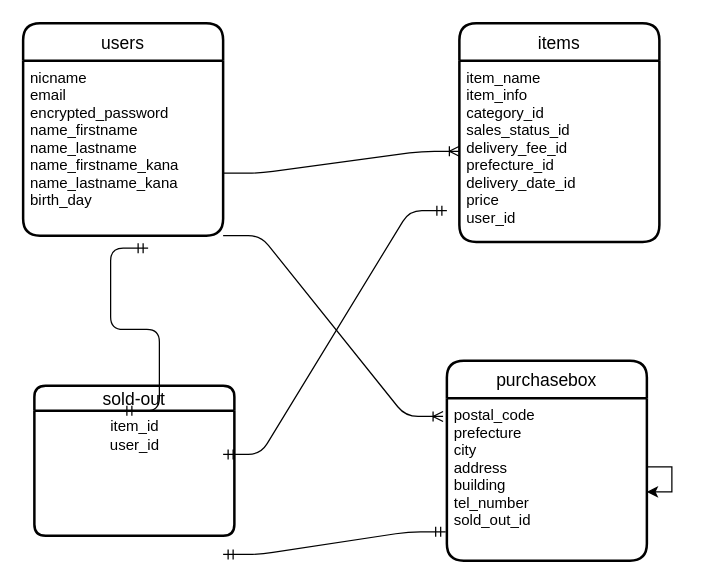
The draw.io diagram test.dio in keita-nakamura30/furima-32907, before the edit. Source tidied: cells renumbered, new cells numbered last; positions are measured from the earlier drawing's top-left corner, leaving out a move shared by most shapes. Both pictures are drawn from the tidied source at 125%, with x=0, y=0 at pixel (22, 22).
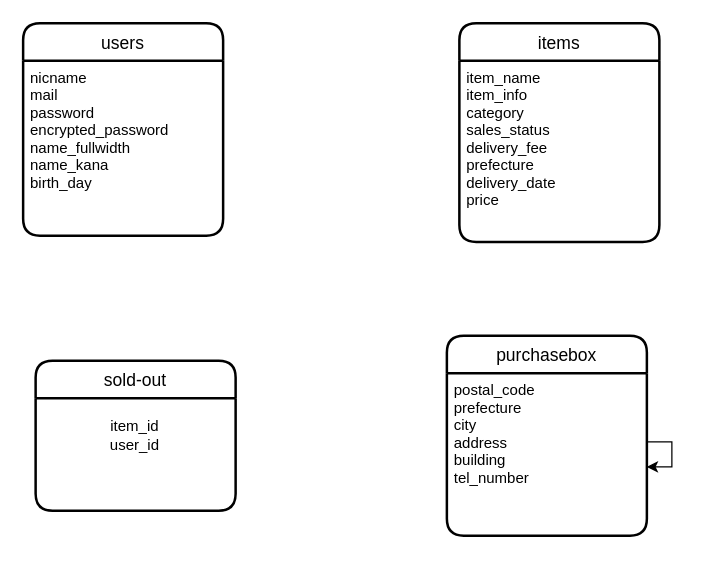
The same diagram, later.

The edit, as a diff of the source:
```diff
@@
 <mxGraphModel>
   <root>
     <mxCell id="0" />
     <mxCell id="1" parent="0" />
     <mxCell id="2" value="users" style="swimlane;horizontal=1;startSize=30;rounded=1;fontSize=14;fontStyle=0;strokeWidth=2;shadow=0;dashed=0;align=center;" parent="1" vertex="1">
       <mxGeometry width="160" height="170" as="geometry" />
     </mxCell>
-    <mxCell id="3" value="nicname &#10;email&#10;encrypted_password&#10;name_firstname&#10;name_lastname&#10;name_firstname_kana&#10;name_lastname_kana&#10;birth_day&#10;" style="align=left;strokeColor=none;fillColor=none;spacingLeft=4;fontSize=12;verticalAlign=top;" parent="2" vertex="1">
+    <mxCell id="3" value="nicname &#10;mail&#10;password&#10;encrypted_password&#10;name_fullwidth&#10;name_kana&#10;birth_day&#10;" style="align=left;strokeColor=none;fillColor=none;spacingLeft=4;fontSize=12;verticalAlign=top;" parent="2" vertex="1">
       <mxGeometry y="30" width="160" height="140" as="geometry" />
     </mxCell>
     <mxCell id="4" value="items" style="swimlane;horizontal=1;startSize=30;rounded=1;fontSize=14;fontStyle=0;strokeWidth=2;shadow=0;dashed=0;align=center;" parent="1" vertex="1">
       <mxGeometry x="349" width="160" height="175" as="geometry" />
     </mxCell>
-    <mxCell id="5" value="item_name&#10;item_info&#10;category_id&#10;sales_status_id&#10;delivery_fee_id&#10;prefecture_id&#10;delivery_date_id&#10;price&#10;user_id" style="align=left;strokeColor=none;fillColor=none;spacingLeft=4;fontSize=12;verticalAlign=top;" parent="4" vertex="1">
+    <mxCell id="5" value="item_name&#10;item_info&#10;category&#10;sales_status&#10;delivery_fee&#10;prefecture&#10;delivery_date&#10;price" style="align=left;strokeColor=none;fillColor=none;spacingLeft=4;fontSize=12;verticalAlign=top;" parent="4" vertex="1">
       <mxGeometry y="30" width="160" height="145" as="geometry" />
     </mxCell>
     <mxCell id="6" value="purchasebox" style="swimlane;horizontal=1;startSize=30;rounded=1;fontSize=14;fontStyle=0;strokeWidth=2;shadow=0;dashed=0;align=center;" parent="1" vertex="1">
-      <mxGeometry x="339" y="270" width="160" height="160" as="geometry" />
+      <mxGeometry x="339" y="250" width="160" height="160" as="geometry" />
     </mxCell>
-    <mxCell id="7" value="postal_code&#10;prefecture&#10;city&#10;address&#10;building&#10;tel_number&#10;sold_out_id&#10;" style="align=left;strokeColor=none;fillColor=none;spacingLeft=4;fontSize=12;verticalAlign=top;" parent="6" vertex="1">
+    <mxCell id="7" value="postal_code&#10;prefecture&#10;city&#10;address&#10;building&#10;tel_number" style="align=left;strokeColor=none;fillColor=none;spacingLeft=4;fontSize=12;verticalAlign=top;" parent="6" vertex="1">
       <mxGeometry y="30" width="160" height="130" as="geometry" />
     </mxCell>
     <mxCell id="8" style="edgeStyle=orthogonalEdgeStyle;rounded=0;orthogonalLoop=1;jettySize=auto;html=1;" parent="6" edge="1" source="7" target="7">
       <mxGeometry relative="1" as="geometry" />
     </mxCell>
-    <mxCell id="9" value="sold-out" style="swimlane;horizontal=1;startSize=20;rounded=1;fontSize=14;fontStyle=0;strokeWidth=2;shadow=0;dashed=0;align=center;" parent="1" vertex="1">
-      <mxGeometry x="9" y="290" width="160" height="120" as="geometry" />
+    <mxCell id="9" value="sold-out" style="swimlane;horizontal=1;startSize=30;rounded=1;fontSize=14;fontStyle=0;strokeWidth=2;shadow=0;dashed=0;align=center;" parent="1" vertex="1">
+      <mxGeometry x="10" y="270" width="160" height="120" as="geometry" />
     </mxCell>
     <mxCell id="10" value="item_id&lt;br&gt;user_id&lt;br&gt;" style="text;html=1;align=center;verticalAlign=middle;" parent="1" vertex="1">
       <mxGeometry x="64" y="315" width="50" height="30" as="geometry" />
     </mxCell>
-    <mxCell id="11" style="edgeStyle=entityRelationEdgeStyle;fontSize=12;html=1;endArrow=ERoneToMany;entryX=0;entryY=0.5;entryDx=0;entryDy=0;" parent="1" edge="1" target="5">
-      <mxGeometry relative="1" as="geometry">
-        <mxPoint x="160" y="120" as="sourcePoint" />
-      </mxGeometry>
-    </mxCell>
-    <mxCell id="12" style="edgeStyle=entityRelationEdgeStyle;fontSize=12;html=1;endArrow=ERmandOne;startArrow=ERmandOne;" parent="1" edge="1">
-      <mxGeometry relative="1" as="geometry">
-        <mxPoint x="79" y="310" as="sourcePoint" />
-        <mxPoint x="100" y="180" as="targetPoint" />
-      </mxGeometry>
-    </mxCell>
-    <mxCell id="13" style="edgeStyle=entityRelationEdgeStyle;fontSize=12;html=1;endArrow=ERmandOne;startArrow=ERmandOne;" parent="1" edge="1">
-      <mxGeometry relative="1" as="geometry">
-        <mxPoint x="160" y="345" as="sourcePoint" />
-        <mxPoint x="339" y="150" as="targetPoint" />
-      </mxGeometry>
-    </mxCell>
-    <mxCell id="14" style="edgeStyle=entityRelationEdgeStyle;fontSize=12;html=1;endArrow=ERmandOne;startArrow=ERmandOne;entryX=-0.006;entryY=0.823;entryDx=0;entryDy=0;entryPerimeter=0;" parent="1" edge="1" target="7">
-      <mxGeometry relative="1" as="geometry">
-        <mxPoint x="160" y="425" as="sourcePoint" />
-      </mxGeometry>
-    </mxCell>
-    <mxCell id="15" style="edgeStyle=entityRelationEdgeStyle;fontSize=12;html=1;endArrow=ERoneToMany;entryX=-0.019;entryY=0.113;entryDx=0;entryDy=0;entryPerimeter=0;exitX=1;exitY=1;exitDx=0;exitDy=0;" parent="1" edge="1" source="3" target="7">
-      <mxGeometry relative="1" as="geometry" />
-    </mxCell>
   </root>
 </mxGraphModel>
```
